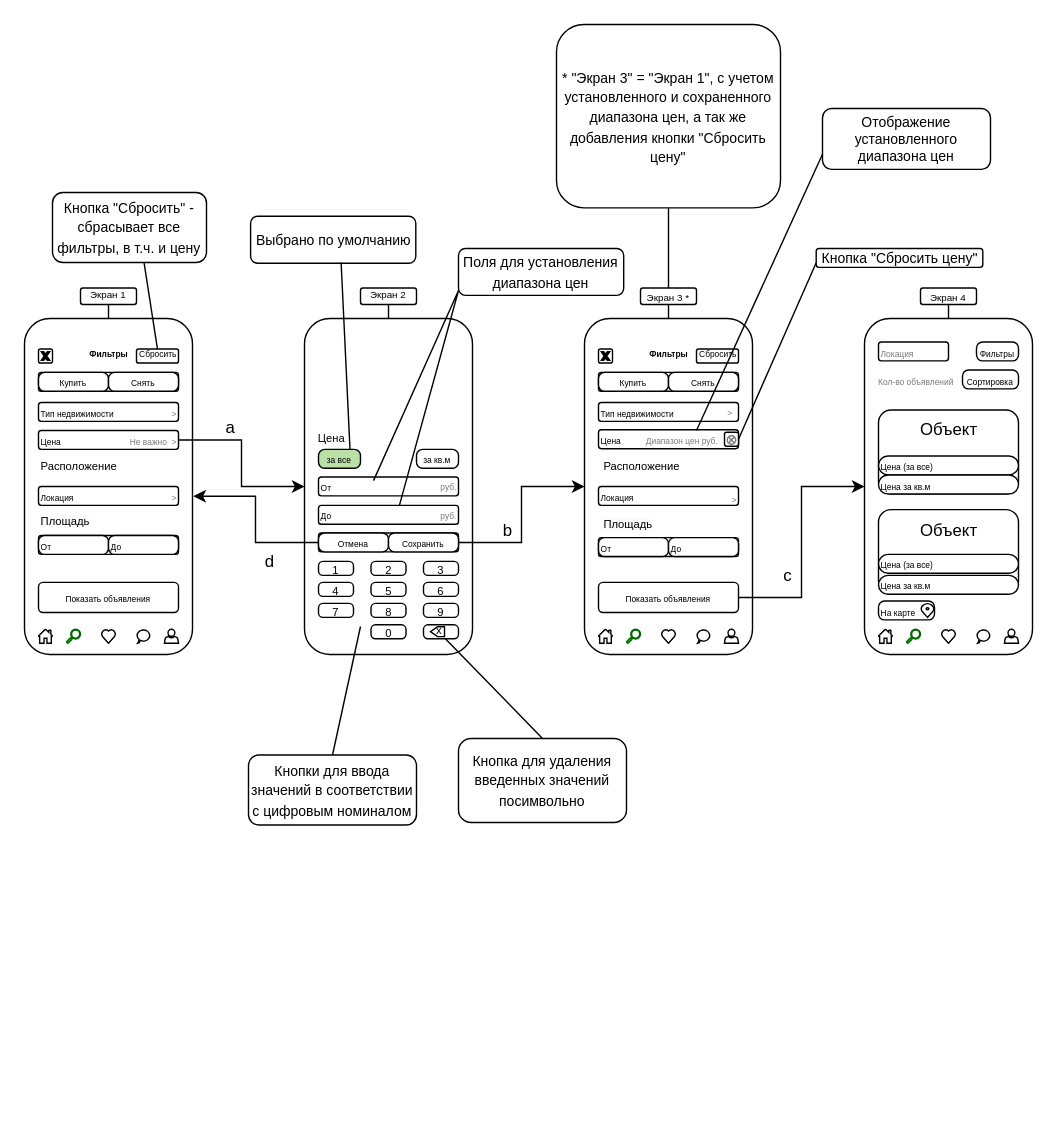
abdullahproff/BSA21_1 keeps this draw.io diagram as Priglebov_Alexey/Ex02_Maket.drawio. Above is the earlier version. Source tidied: cells renumbered, new cells numbered last; positions are measured from the earlier drawing's top-left corner, leaving out a move shared by most shapes. Both pictures are drawn from the tidied source at 140%, with x=0, y=0 at pixel (24, 24).
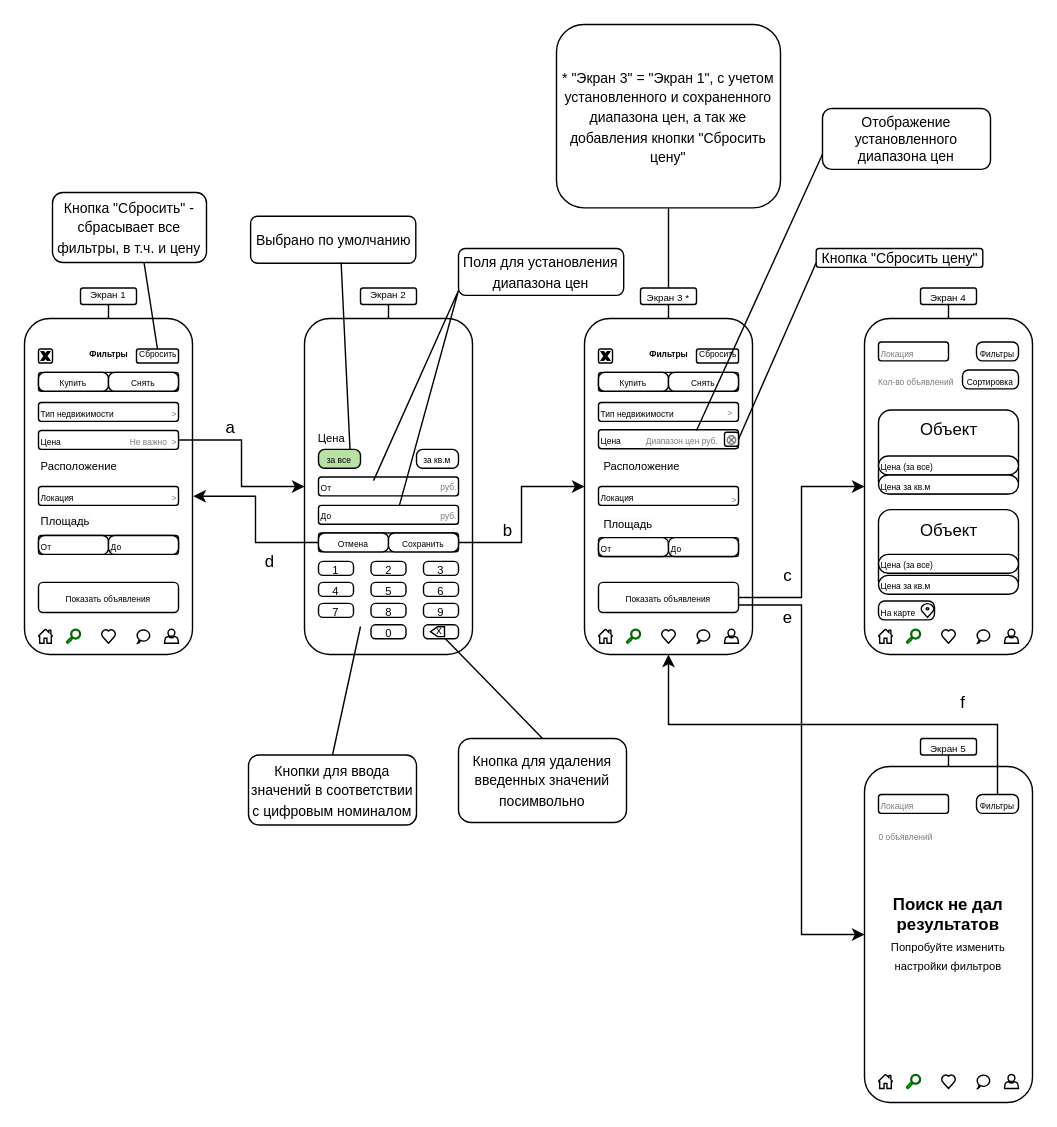
The same diagram, later.

Unchanged cells that the change refers to:
```xml
<mxCell id="4" style="rounded=1;whiteSpace=wrap;html=1;direction=south;" parent="1" vertex="1">
  <mxGeometry x="400" y="210" width="120" height="240" as="geometry" />
</mxCell>
<mxCell id="72" value="&lt;font style=&quot;font-size: 6px;&quot;&gt;Показать объявления&lt;/font&gt;" style="rounded=1;whiteSpace=wrap;html=1;align=center;" parent="1" vertex="1">
  <mxGeometry x="410" y="398.5" width="100" height="21.5" as="geometry" />
</mxCell>
```

The edit, as a diff of the source:
```diff
@@
+    <mxCell id="132" style="edgeStyle=orthogonalEdgeStyle;rounded=0;jettySize=auto;html=1;exitX=1;exitY=0.75;exitDx=0;exitDy=0;entryX=0.5;entryY=1;entryDx=0;entryDy=0;" parent="1" edge="1" source="72" target="133">
+      <mxGeometry relative="1" as="geometry" />
+    </mxCell>
@@
+    <mxCell id="133" value="&lt;b&gt;&lt;font style=&quot;font-size: 12px;&quot;&gt;Поиск не дал результатов&lt;/font&gt;&lt;/b&gt;&lt;div&gt;&lt;font style=&quot;font-size: 8px;&quot;&gt;Попробуйте изменить настройки фильтров&lt;/font&gt;&lt;/div&gt;" style="rounded=1;whiteSpace=wrap;html=1;direction=south;" parent="1" vertex="1">
+      <mxGeometry x="600" y="530" width="120" height="240" as="geometry" />
+    </mxCell>
+    <mxCell id="134" style="sketch=0;shadow=0;dashed=0;html=1;labelPosition=center;verticalLabelPosition=bottom;verticalAlign=top;align=center;shape=mxgraph.office.concepts.home;" parent="1" vertex="1">
+      <mxGeometry x="610" y="750" width="10" height="10" as="geometry" />
+    </mxCell>
+    <mxCell id="135" style="sketch=0;shadow=0;dashed=0;html=1;labelPosition=center;verticalLabelPosition=bottom;verticalAlign=top;align=center;shape=mxgraph.office.concepts.search;fillColor=#00CC00;strokeColor=#006600;" parent="1" vertex="1">
+      <mxGeometry x="630" y="750" width="10" height="10" as="geometry" />
+    </mxCell>
+    <mxCell id="136" style="verticalLabelPosition=bottom;verticalAlign=top;html=1;shape=mxgraph.basic.heart;" parent="1" vertex="1">
+      <mxGeometry x="655" y="750" width="10" height="10" as="geometry" />
+    </mxCell>
+    <mxCell id="137" style="whiteSpace=wrap;html=1;shape=mxgraph.basic.oval_callout;perimeterSpacing=0;" parent="1" vertex="1">
+      <mxGeometry x="680" y="750" width="10" height="10" as="geometry" />
+    </mxCell>
+    <mxCell id="138" style="sketch=0;shadow=0;dashed=0;html=1;labelPosition=center;verticalLabelPosition=bottom;verticalAlign=top;align=center;shape=mxgraph.office.users.user;" parent="1" vertex="1">
+      <mxGeometry x="700" y="750" width="10" height="10" as="geometry" />
+    </mxCell>
+    <mxCell id="139" value="&lt;font color=&quot;#7a7a7a&quot; style=&quot;font-size: 6px;&quot;&gt;Локация&lt;/font&gt;" style="rounded=1;whiteSpace=wrap;html=1;align=left;" parent="1" vertex="1">
+      <mxGeometry x="610" y="550" width="50" height="13.5" as="geometry" />
+    </mxCell>
+    <mxCell id="140" style="edgeStyle=orthogonalEdgeStyle;rounded=0;jettySize=auto;html=1;exitX=0.5;exitY=0;exitDx=0;exitDy=0;entryX=1;entryY=0.5;entryDx=0;entryDy=0;" parent="1" edge="1" source="141" target="4">
+      <mxGeometry relative="1" as="geometry" />
+    </mxCell>
+    <mxCell id="141" value="&lt;span style=&quot;font-size: 6px;&quot;&gt;Фильтры&lt;/span&gt;" style="rounded=1;whiteSpace=wrap;html=1;align=center;arcSize=32;" parent="1" vertex="1">
+      <mxGeometry x="680" y="550" width="30" height="13.5" as="geometry" />
+    </mxCell>
+    <mxCell id="142" value="&lt;span style=&quot;font-size: 6px;&quot;&gt;0 объявлений&lt;/span&gt;" style="text;html=1;align=right;verticalAlign=middle;strokeColor=none;fillColor=none;fontColor=#7A7A7A;" parent="1" vertex="1">
+      <mxGeometry x="590" y="563.5" width="60" height="30" as="geometry" />
+    </mxCell>
+    <mxCell id="143" value="&lt;span style=&quot;white-space: normal;&quot;&gt;e&lt;/span&gt;" style="text;html=1;align=center;verticalAlign=middle;strokeColor=none;fillColor=none;" parent="1" vertex="1">
+      <mxGeometry x="530" y="408.8" width="30" height="30" as="geometry" />
+    </mxCell>
+    <mxCell id="144" value="&lt;font style=&quot;font-size: 7px;&quot;&gt;Экран 5&lt;/font&gt;" style="rounded=1;whiteSpace=wrap;html=1;" parent="1" vertex="1">
+      <mxGeometry x="640" y="510" width="40" height="11.8" as="geometry" />
+    </mxCell>
+    <mxCell id="145" style="endArrow=none;html=1;rounded=0;entryX=0;entryY=0.5;entryDx=0;entryDy=0;exitX=0.5;exitY=1;exitDx=0;exitDy=0;" parent="1" edge="1" source="144" target="133">
+      <mxGeometry relative="1" as="geometry" />
+    </mxCell>
+    <mxCell id="146" value="&lt;span style=&quot;white-space: normal;&quot;&gt;f&lt;/span&gt;" style="text;html=1;align=center;verticalAlign=middle;strokeColor=none;fillColor=none;" parent="1" vertex="1">
+      <mxGeometry x="654.5" y="470" width="30" height="30" as="geometry" />
+    </mxCell>
```
